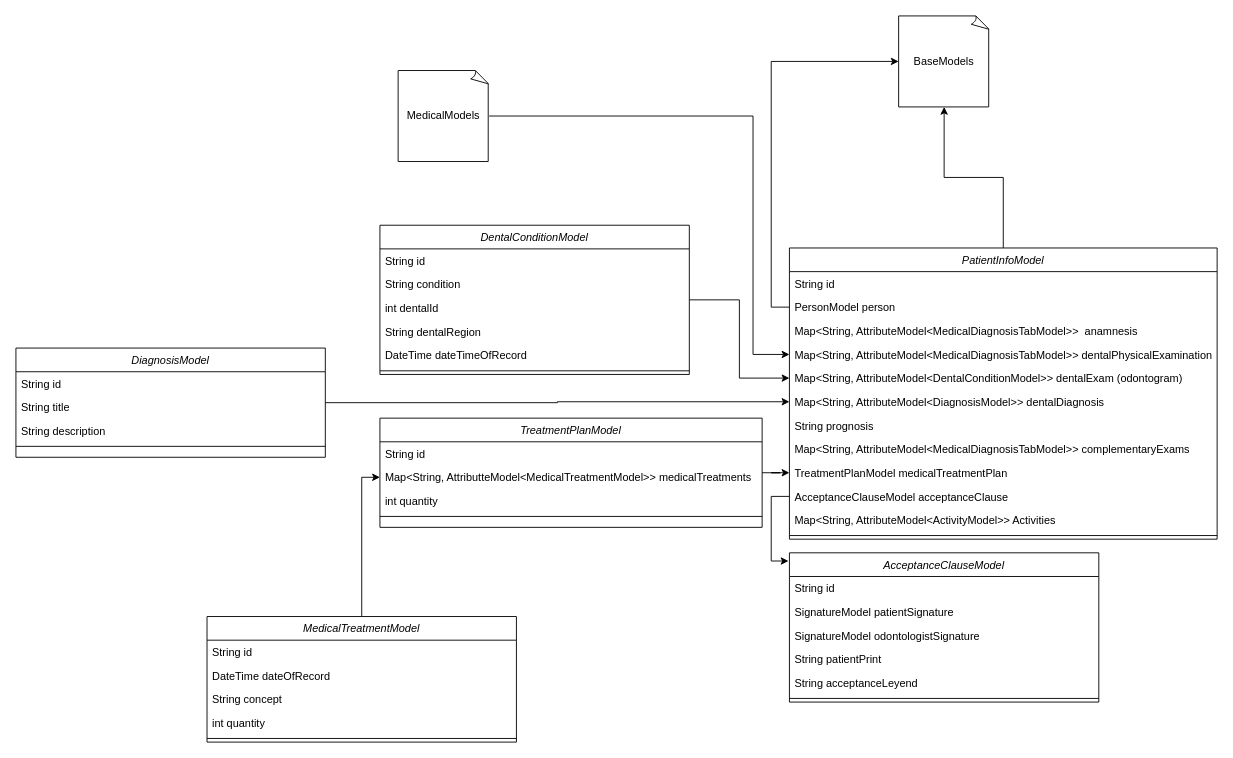
Before: page "dentistApp" (8 of 12) of uml/uml_diagrams.drawio in grupo-jocaagura/jocaagura_domain, a draw.io diagram. Source tidied: cells renumbered, new cells numbered last; positions are measured from the earlier drawing's top-left corner, leaving out a move shared by most shapes. Both pictures are drawn from the tidied source at 91%, with x=0, y=0 at pixel (15, 15).
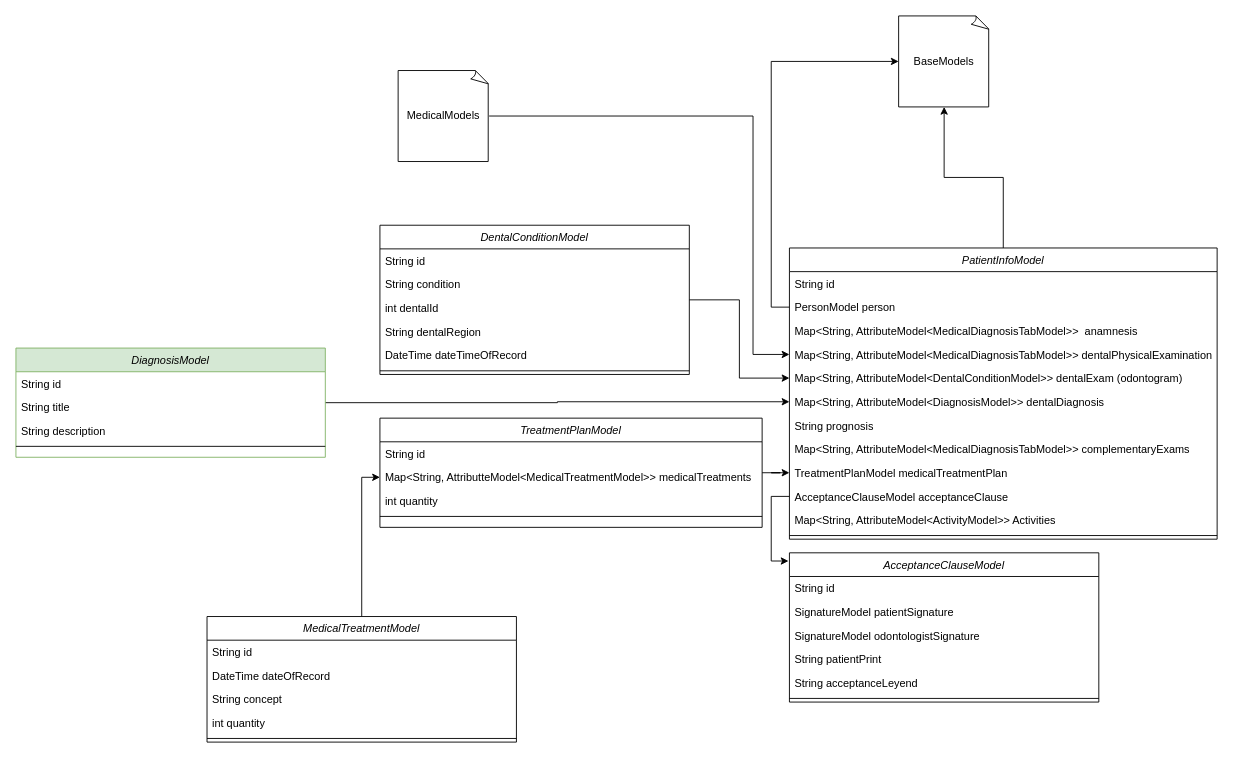
Above is the later version.

What changed in the source:
```diff
@@
-    <mxCell id="40" value="DiagnosisModel" style="swimlane;fontStyle=2;align=center;verticalAlign=top;horizontal=1;startSize=26;rounded=0;shadow=0;strokeWidth=1;" parent="1" vertex="1">
+    <mxCell id="40" value="DiagnosisModel" style="swimlane;fontStyle=2;align=center;verticalAlign=top;horizontal=1;startSize=26;rounded=0;shadow=0;strokeWidth=1;fillColor=#d5e8d4;strokeColor=#82b366;" parent="1" vertex="1">
       <mxGeometry y="365" width="340" height="120" as="geometry" />
     </mxCell>
```
